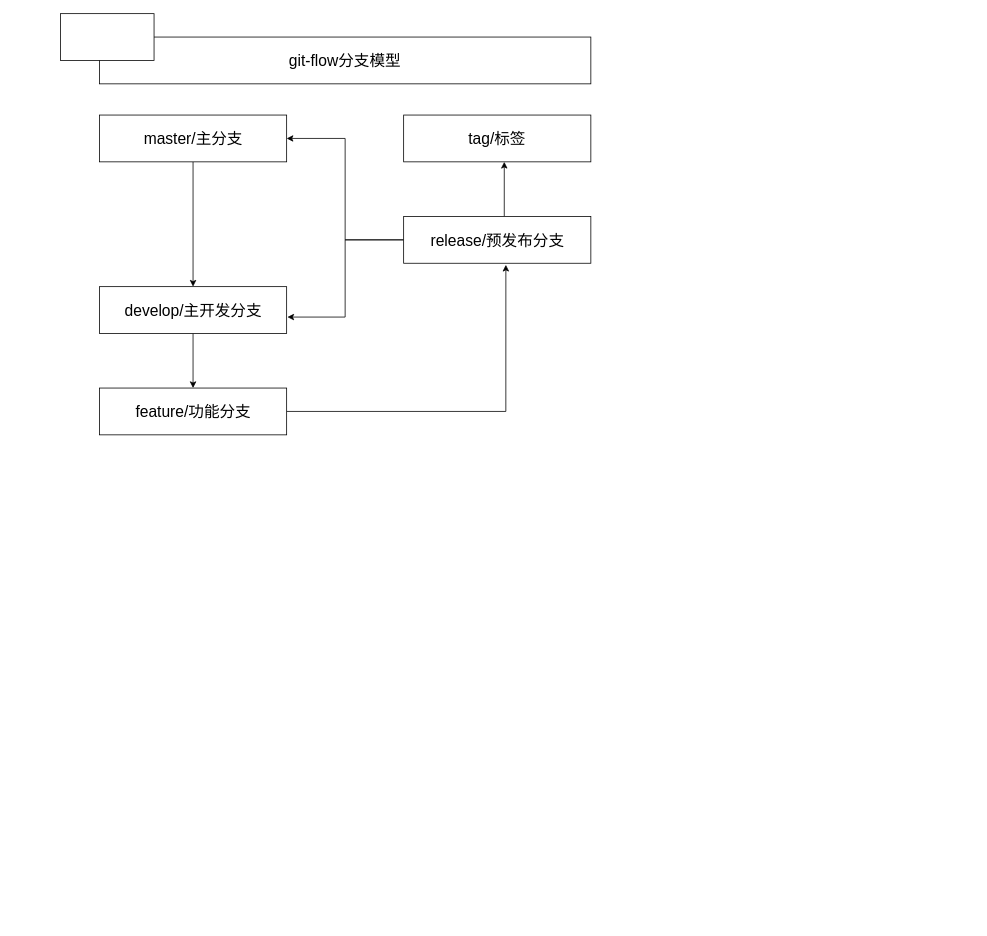
magicgaorui/- keeps this draw.io diagram as page "git-flow" (7 of 7) of 未命名绘图.drawio. Above is the earlier version. Source tidied: cells renumbered, new cells numbered last; positions are measured from the earlier drawing's top-left corner, leaving out a move shared by most shapes. Both pictures are drawn from the tidied source at 78%, with x=0, y=0 at pixel (60, 13).
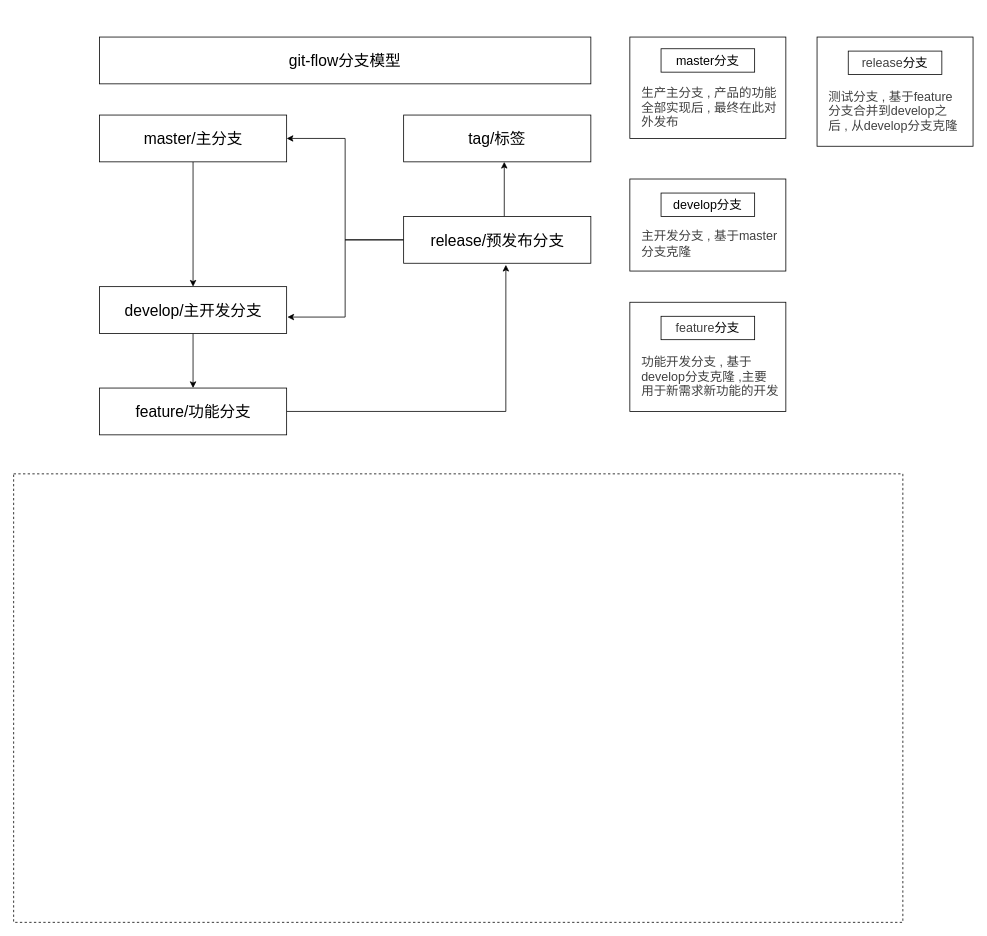
After the change.

Commit message (it also covers changes not shown here):
更新未命名绘图.drawio

The edit, as a diff of the source:
```diff
@@
-    <mxCell id="18" style="rounded=0;whiteSpace=wrap;html=1;fontSize=20;" parent="1" vertex="1">
-      <mxGeometry width="120" height="60" as="geometry" />
+    <mxCell id="18" style="rounded=0;whiteSpace=wrap;html=1;fontSize=20;fillColor=none;dashed=1;" parent="1" vertex="1">
+      <mxGeometry x="-60" y="590" width="1140" height="575" as="geometry" />
     </mxCell>
+    <mxCell id="19" style="rounded=0;whiteSpace=wrap;html=1;fontSize=16;verticalAlign=middle;spacing=2;" parent="1" vertex="1">
+      <mxGeometry x="730" y="30" width="200" height="130" as="geometry" />
+    </mxCell>
+    <mxCell id="20" value="&lt;span&gt;master分支&lt;/span&gt;" style="rounded=0;whiteSpace=wrap;html=1;fontSize=16;fillColor=#ffffff;verticalAlign=middle;" parent="1" vertex="1">
+      <mxGeometry x="770" y="45" width="120" height="30" as="geometry" />
+    </mxCell>
+    <mxCell id="21" value="&lt;span style=&quot;color: rgb(64 , 64 , 64) ; font-family: , , &amp;#34;apple color emoji&amp;#34; , &amp;#34;segoe ui emoji&amp;#34; , &amp;#34;segoe ui symbol&amp;#34; , &amp;#34;segoe ui&amp;#34; , &amp;#34;pingfang sc&amp;#34; , &amp;#34;hiragino sans gb&amp;#34; , &amp;#34;microsoft yahei&amp;#34; , &amp;#34;helvetica neue&amp;#34; , &amp;#34;helvetica&amp;#34; , &amp;#34;arial&amp;#34; , sans-serif ; background-color: rgb(255 , 255 , 255)&quot;&gt;生产主分支 , 产品的功能&lt;br&gt;全部实现后 , 最终在此对&lt;br&gt;外发布&lt;/span&gt;" style="text;html=1;align=left;verticalAlign=middle;strokeColor=none;fillColor=none;fontSize=16;" parent="1" vertex="1">
+      <mxGeometry x="743" y="90" width="190" height="60" as="geometry" />
+    </mxCell>
+    <mxCell id="22" style="rounded=0;whiteSpace=wrap;html=1;fontSize=16;verticalAlign=middle;spacing=2;" parent="1" vertex="1">
+      <mxGeometry x="730" y="212" width="200" height="118" as="geometry" />
+    </mxCell>
+    <mxCell id="23" value="&lt;span&gt;develop分支&lt;/span&gt;" style="rounded=0;whiteSpace=wrap;html=1;fontSize=16;fillColor=#ffffff;verticalAlign=middle;" parent="1" vertex="1">
+      <mxGeometry x="770" y="230" width="120" height="30" as="geometry" />
+    </mxCell>
+    <mxCell id="24" value="&lt;span style=&quot;color: rgb(64 , 64 , 64) ; font-family: , , &amp;#34;apple color emoji&amp;#34; , &amp;#34;segoe ui emoji&amp;#34; , &amp;#34;segoe ui symbol&amp;#34; , &amp;#34;segoe ui&amp;#34; , &amp;#34;pingfang sc&amp;#34; , &amp;#34;hiragino sans gb&amp;#34; , &amp;#34;microsoft yahei&amp;#34; , &amp;#34;helvetica neue&amp;#34; , &amp;#34;helvetica&amp;#34; , &amp;#34;arial&amp;#34; , sans-serif ; background-color: rgb(255 , 255 , 255)&quot;&gt;主开发分支 , 基于master&lt;br&gt;分支克隆&lt;/span&gt;" style="text;html=1;align=left;verticalAlign=middle;strokeColor=none;fillColor=none;fontSize=16;" parent="1" vertex="1">
+      <mxGeometry x="743" y="275" width="190" height="40" as="geometry" />
+    </mxCell>
+    <mxCell id="25" style="rounded=0;whiteSpace=wrap;html=1;fontSize=16;verticalAlign=middle;spacing=2;" parent="1" vertex="1">
+      <mxGeometry x="730" y="370" width="200" height="140" as="geometry" />
+    </mxCell>
+    <mxCell id="26" value="&lt;span style=&quot;color: rgb(64 , 64 , 64) ; font-family: , , &amp;#34;apple color emoji&amp;#34; , &amp;#34;segoe ui emoji&amp;#34; , &amp;#34;segoe ui symbol&amp;#34; , &amp;#34;segoe ui&amp;#34; , &amp;#34;pingfang sc&amp;#34; , &amp;#34;hiragino sans gb&amp;#34; , &amp;#34;microsoft yahei&amp;#34; , &amp;#34;helvetica neue&amp;#34; , &amp;#34;helvetica&amp;#34; , &amp;#34;arial&amp;#34; , sans-serif ; background-color: rgb(255 , 255 , 255)&quot;&gt;feature&lt;/span&gt;&lt;span&gt;分支&lt;/span&gt;" style="rounded=0;whiteSpace=wrap;html=1;fontSize=16;fillColor=#ffffff;verticalAlign=middle;" parent="1" vertex="1">
+      <mxGeometry x="770" y="388" width="120" height="30" as="geometry" />
+    </mxCell>
+    <mxCell id="27" value="&lt;span style=&quot;color: rgb(64 , 64 , 64) ; font-family: , , &amp;#34;apple color emoji&amp;#34; , &amp;#34;segoe ui emoji&amp;#34; , &amp;#34;segoe ui symbol&amp;#34; , &amp;#34;segoe ui&amp;#34; , &amp;#34;pingfang sc&amp;#34; , &amp;#34;hiragino sans gb&amp;#34; , &amp;#34;microsoft yahei&amp;#34; , &amp;#34;helvetica neue&amp;#34; , &amp;#34;helvetica&amp;#34; , &amp;#34;arial&amp;#34; , sans-serif ; background-color: rgb(255 , 255 , 255)&quot;&gt;功能开发分支 , 基于&lt;br&gt;develop分支克隆 ,主要&lt;br&gt;用于新需求新功能的开发&lt;/span&gt;" style="text;html=1;align=left;verticalAlign=middle;strokeColor=none;fillColor=none;fontSize=16;" parent="1" vertex="1">
+      <mxGeometry x="743" y="435" width="190" height="60" as="geometry" />
+    </mxCell>
+    <mxCell id="28" style="rounded=0;whiteSpace=wrap;html=1;fontSize=16;verticalAlign=middle;spacing=2;" parent="1" vertex="1">
+      <mxGeometry x="970" y="30" width="200" height="140" as="geometry" />
+    </mxCell>
+    <mxCell id="29" value="&lt;span style=&quot;color: rgb(64 , 64 , 64) ; font-family: , , &amp;#34;apple color emoji&amp;#34; , &amp;#34;segoe ui emoji&amp;#34; , &amp;#34;segoe ui symbol&amp;#34; , &amp;#34;segoe ui&amp;#34; , &amp;#34;pingfang sc&amp;#34; , &amp;#34;hiragino sans gb&amp;#34; , &amp;#34;microsoft yahei&amp;#34; , &amp;#34;helvetica neue&amp;#34; , &amp;#34;helvetica&amp;#34; , &amp;#34;arial&amp;#34; , sans-serif ; background-color: rgb(255 , 255 , 255)&quot;&gt;release&lt;/span&gt;&lt;span&gt;分支&lt;/span&gt;" style="rounded=0;whiteSpace=wrap;html=1;fontSize=16;fillColor=#ffffff;verticalAlign=middle;" parent="1" vertex="1">
+      <mxGeometry x="1010" y="48" width="120" height="30" as="geometry" />
+    </mxCell>
+    <mxCell id="30" value="&lt;span style=&quot;color: rgb(64 , 64 , 64) ; font-family: , , &amp;#34;apple color emoji&amp;#34; , &amp;#34;segoe ui emoji&amp;#34; , &amp;#34;segoe ui symbol&amp;#34; , &amp;#34;segoe ui&amp;#34; , &amp;#34;pingfang sc&amp;#34; , &amp;#34;hiragino sans gb&amp;#34; , &amp;#34;microsoft yahei&amp;#34; , &amp;#34;helvetica neue&amp;#34; , &amp;#34;helvetica&amp;#34; , &amp;#34;arial&amp;#34; , sans-serif ; background-color: rgb(255 , 255 , 255)&quot;&gt;测试分支 , 基于feature&lt;br&gt;分支合并到develop之&lt;br&gt;后 , 从develop分支克隆&lt;/span&gt;" style="text;html=1;align=left;verticalAlign=middle;strokeColor=none;fillColor=none;fontSize=16;" parent="1" vertex="1">
+      <mxGeometry x="983" y="95" width="180" height="60" as="geometry" />
+    </mxCell>
```
